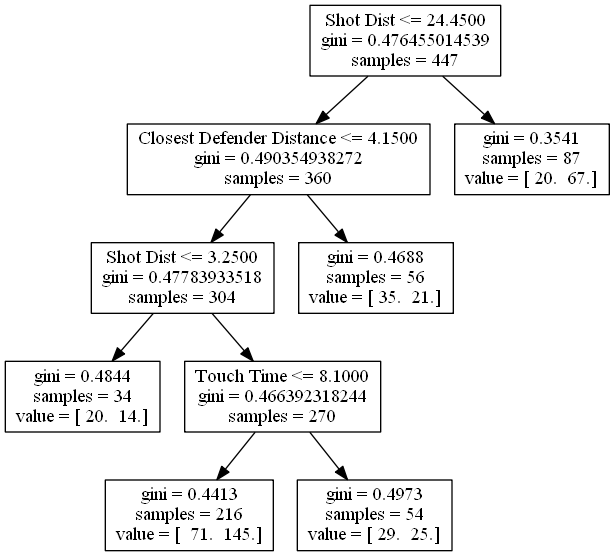
Earlier version of the Graphviz export kobe_bryant.png (bveber/Analyze_NBA). Its source is kept beside it as kobe_bryant.dot. Source of this version:
```dot
digraph Tree {
0 [label="Shot Dist <= 24.4500\ngini = 0.476455014539\nsamples = 447", shape="box"] ;
1 [label="Closest Defender Distance <= 4.1500\ngini = 0.490354938272\nsamples = 360", shape="box"] ;
0 -> 1 ;
2 [label="Shot Dist <= 3.2500\ngini = 0.47783933518\nsamples = 304", shape="box"] ;
1 -> 2 ;
3 [label="gini = 0.4844\nsamples = 34\nvalue = [ 20.  14.]", shape="box"] ;
2 -> 3 ;
4 [label="Touch Time <= 8.1000\ngini = 0.466392318244\nsamples = 270", shape="box"] ;
2 -> 4 ;
5 [label="gini = 0.4413\nsamples = 216\nvalue = [  71.  145.]", shape="box"] ;
4 -> 5 ;
6 [label="gini = 0.4973\nsamples = 54\nvalue = [ 29.  25.]", shape="box"] ;
4 -> 6 ;
7 [label="gini = 0.4688\nsamples = 56\nvalue = [ 35.  21.]", shape="box"] ;
1 -> 7 ;
8 [label="gini = 0.3541\nsamples = 87\nvalue = [ 20.  67.]", shape="box"] ;
0 -> 8 ;
}
```
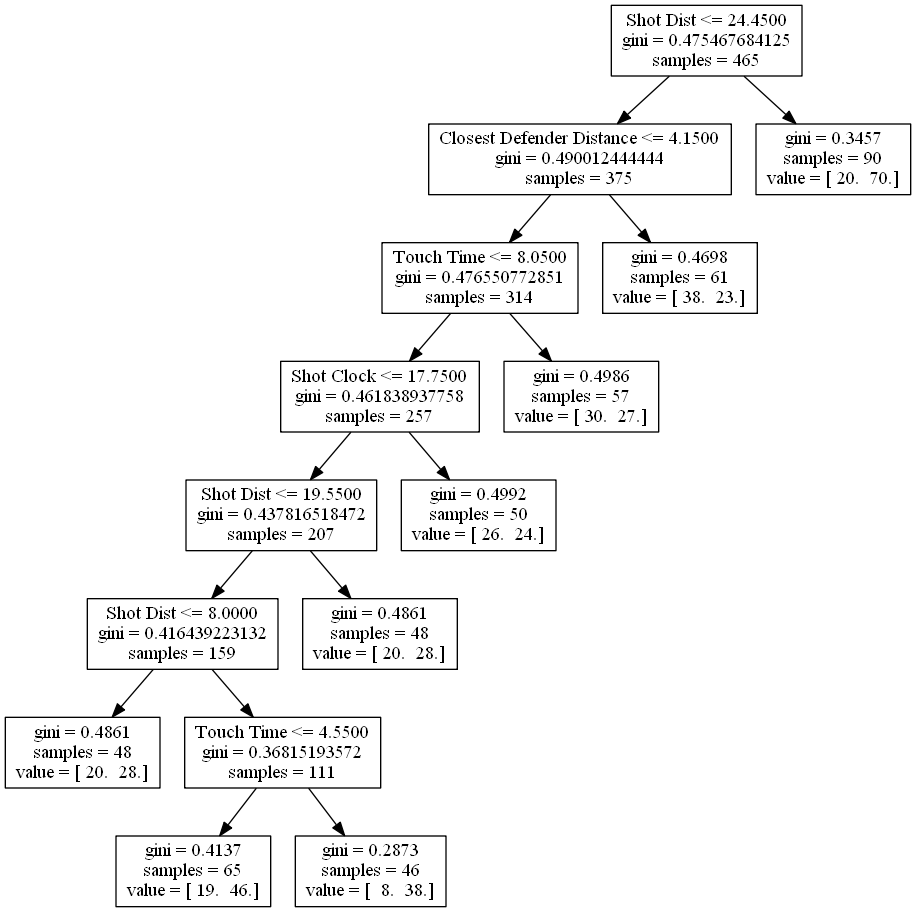
After the commit.

Diff of the diagram source:
```diff
@@ -1,19 +1,31 @@
 digraph Tree {
-0 [label="Shot Dist <= 24.4500\ngini = 0.476455014539\nsamples = 447", shape="box"] ;
-1 [label="Closest Defender Distance <= 4.1500\ngini = 0.490354938272\nsamples = 360", shape="box"] ;
+0 [label="Shot Dist <= 24.4500\ngini = 0.475467684125\nsamples = 465", shape="box"] ;
+1 [label="Closest Defender Distance <= 4.1500\ngini = 0.490012444444\nsamples = 375", shape="box"] ;
 0 -> 1 ;
-2 [label="Shot Dist <= 3.2500\ngini = 0.47783933518\nsamples = 304", shape="box"] ;
+2 [label="Touch Time <= 8.0500\ngini = 0.476550772851\nsamples = 314", shape="box"] ;
 1 -> 2 ;
-3 [label="gini = 0.4844\nsamples = 34\nvalue = [ 20.  14.]", shape="box"] ;
+3 [label="Shot Clock <= 17.7500\ngini = 0.461838937758\nsamples = 257", shape="box"] ;
 2 -> 3 ;
-4 [label="Touch Time <= 8.1000\ngini = 0.466392318244\nsamples = 270", shape="box"] ;
-2 -> 4 ;
-5 [label="gini = 0.4413\nsamples = 216\nvalue = [  71.  145.]", shape="box"] ;
+4 [label="Shot Dist <= 19.5500\ngini = 0.437816518472\nsamples = 207", shape="box"] ;
+3 -> 4 ;
+5 [label="Shot Dist <= 8.0000\ngini = 0.416439223132\nsamples = 159", shape="box"] ;
 4 -> 5 ;
-6 [label="gini = 0.4973\nsamples = 54\nvalue = [ 29.  25.]", shape="box"] ;
-4 -> 6 ;
-7 [label="gini = 0.4688\nsamples = 56\nvalue = [ 35.  21.]", shape="box"] ;
-1 -> 7 ;
-8 [label="gini = 0.3541\nsamples = 87\nvalue = [ 20.  67.]", shape="box"] ;
-0 -> 8 ;
+6 [label="gini = 0.4861\nsamples = 48\nvalue = [ 20.  28.]", shape="box"] ;
+5 -> 6 ;
+7 [label="Touch Time <= 4.5500\ngini = 0.36815193572\nsamples = 111", shape="box"] ;
+5 -> 7 ;
+8 [label="gini = 0.4137\nsamples = 65\nvalue = [ 19.  46.]", shape="box"] ;
+7 -> 8 ;
+9 [label="gini = 0.2873\nsamples = 46\nvalue = [  8.  38.]", shape="box"] ;
+7 -> 9 ;
+10 [label="gini = 0.4861\nsamples = 48\nvalue = [ 20.  28.]", shape="box"] ;
+4 -> 10 ;
+11 [label="gini = 0.4992\nsamples = 50\nvalue = [ 26.  24.]", shape="box"] ;
+3 -> 11 ;
+12 [label="gini = 0.4986\nsamples = 57\nvalue = [ 30.  27.]", shape="box"] ;
+2 -> 12 ;
+13 [label="gini = 0.4698\nsamples = 61\nvalue = [ 38.  23.]", shape="box"] ;
+1 -> 13 ;
+14 [label="gini = 0.3457\nsamples = 90\nvalue = [ 20.  70.]", shape="box"] ;
+0 -> 14 ;
 }
```
